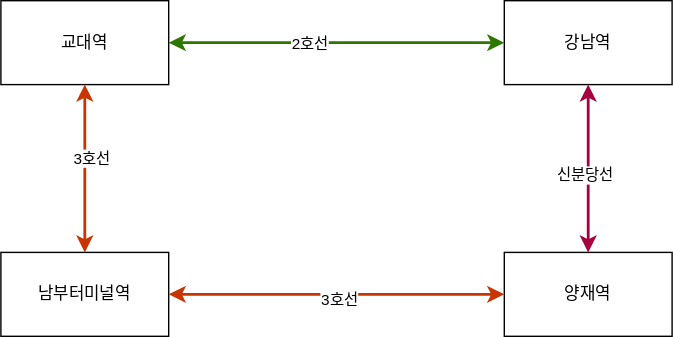
This is 샘플_노선.svg from next-step/atdd-subway-fare, a draw.io export, as it was before one commit. Source tidied: cells renumbered, new cells last; positions are measured from the earlier drawing's top-left corner, leaving out a move shared by most shapes. The source it was exported from:
```xml
<mxGraphModel>
  <root>
    <mxCell id="0" />
    <mxCell id="1" parent="0" />
    <mxCell id="2" value="교대역" style="rounded=0;whiteSpace=wrap;html=1;" parent="1" vertex="1">
      <mxGeometry width="120" height="60" as="geometry" />
    </mxCell>
    <mxCell id="3" value="양재역" style="rounded=0;whiteSpace=wrap;html=1;" parent="1" vertex="1">
      <mxGeometry x="360" y="180" width="120" height="60" as="geometry" />
    </mxCell>
    <mxCell id="4" value="남부터미널역" style="rounded=0;whiteSpace=wrap;html=1;" parent="1" vertex="1">
      <mxGeometry y="180" width="120" height="60" as="geometry" />
    </mxCell>
    <mxCell id="5" value="강남역" style="rounded=0;whiteSpace=wrap;html=1;" parent="1" vertex="1">
      <mxGeometry x="360" width="120" height="60" as="geometry" />
    </mxCell>
    <mxCell id="6" style="endArrow=classic;startArrow=classic;html=1;exitX=0.5;exitY=0;exitDx=0;exitDy=0;strokeWidth=2;fillColor=#d80073;strokeColor=#A50040;" parent="1" edge="1" source="3" target="5">
      <mxGeometry relative="1" as="geometry" />
    </mxCell>
    <mxCell id="7" value="신분당선" style="edgeLabel;html=1;align=center;verticalAlign=middle;" parent="6" vertex="1">
      <mxGeometry x="-0.07" y="3" relative="1" as="geometry" />
    </mxCell>
    <mxCell id="8" style="endArrow=classic;startArrow=classic;html=1;exitX=0;exitY=0.5;exitDx=0;exitDy=0;entryX=1;entryY=0.5;entryDx=0;entryDy=0;fillColor=#60a917;strokeColor=#2D7600;strokeWidth=2;" parent="1" edge="1" source="5" target="2">
      <mxGeometry relative="1" as="geometry" />
    </mxCell>
    <mxCell id="9" value="2호선" style="edgeLabel;html=1;align=center;verticalAlign=middle;" parent="8" vertex="1">
      <mxGeometry x="0.17" relative="1" as="geometry" />
    </mxCell>
    <mxCell id="10" style="endArrow=classic;startArrow=classic;html=1;exitX=0.5;exitY=0;exitDx=0;exitDy=0;entryX=0.5;entryY=1;entryDx=0;entryDy=0;strokeWidth=2;fillColor=#fa6800;strokeColor=#C73500;" parent="1" edge="1" source="4" target="2">
      <mxGeometry relative="1" as="geometry" />
    </mxCell>
    <mxCell id="11" value="3호선" style="edgeLabel;html=1;align=center;verticalAlign=middle;" parent="10" vertex="1">
      <mxGeometry x="0.13" y="-4" relative="1" as="geometry" />
    </mxCell>
    <mxCell id="12" style="endArrow=classic;startArrow=classic;html=1;exitX=1;exitY=0.5;exitDx=0;exitDy=0;entryX=0;entryY=0.5;entryDx=0;entryDy=0;strokeWidth=2;fillColor=#fa6800;strokeColor=#C73500;" parent="1" edge="1" source="4" target="3">
      <mxGeometry relative="1" as="geometry" />
    </mxCell>
    <mxCell id="13" value="3호선" style="edgeLabel;html=1;align=center;verticalAlign=middle;" parent="12" vertex="1">
      <mxGeometry x="0.01" y="-3" relative="1" as="geometry" />
    </mxCell>
  </root>
</mxGraphModel>
```
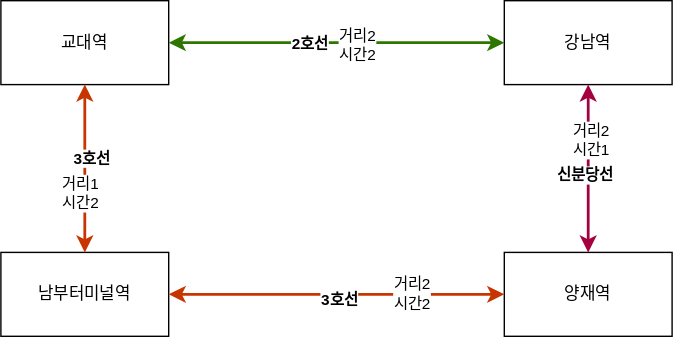
The same file after the commit.

What changed in the source:
```diff
@@ -17,26 +17,38 @@
     <mxCell id="6" style="endArrow=classic;startArrow=classic;html=1;exitX=0.5;exitY=0;exitDx=0;exitDy=0;strokeWidth=2;fillColor=#d80073;strokeColor=#A50040;" parent="1" edge="1" source="3" target="5">
       <mxGeometry relative="1" as="geometry" />
     </mxCell>
-    <mxCell id="7" value="신분당선" style="edgeLabel;html=1;align=center;verticalAlign=middle;" parent="6" vertex="1">
+    <mxCell id="7" value="신분당선" style="edgeLabel;html=1;align=center;verticalAlign=middle;fontStyle=1;" parent="6" vertex="1">
       <mxGeometry x="-0.07" y="3" relative="1" as="geometry" />
     </mxCell>
+    <mxCell id="14" value="거리2&lt;br&gt;시간1&lt;br&gt;" style="edgeLabel;html=1;align=center;verticalAlign=middle;" parent="6" vertex="1">
+      <mxGeometry x="0.35" y="-1" relative="1" as="geometry" />
+    </mxCell>
     <mxCell id="8" style="endArrow=classic;startArrow=classic;html=1;exitX=0;exitY=0.5;exitDx=0;exitDy=0;entryX=1;entryY=0.5;entryDx=0;entryDy=0;fillColor=#60a917;strokeColor=#2D7600;strokeWidth=2;" parent="1" edge="1" source="5" target="2">
       <mxGeometry relative="1" as="geometry" />
     </mxCell>
-    <mxCell id="9" value="2호선" style="edgeLabel;html=1;align=center;verticalAlign=middle;" parent="8" vertex="1">
+    <mxCell id="9" value="&lt;b&gt;2호선&lt;/b&gt;" style="edgeLabel;html=1;align=center;verticalAlign=middle;" parent="8" vertex="1">
       <mxGeometry x="0.17" relative="1" as="geometry" />
     </mxCell>
+    <mxCell id="15" value="거리2&lt;br&gt;시간2" style="edgeLabel;html=1;align=center;verticalAlign=middle;" parent="8" vertex="1">
+      <mxGeometry x="-0.12" y="1" relative="1" as="geometry" />
+    </mxCell>
     <mxCell id="10" style="endArrow=classic;startArrow=classic;html=1;exitX=0.5;exitY=0;exitDx=0;exitDy=0;entryX=0.5;entryY=1;entryDx=0;entryDy=0;strokeWidth=2;fillColor=#fa6800;strokeColor=#C73500;" parent="1" edge="1" source="4" target="2">
       <mxGeometry relative="1" as="geometry" />
     </mxCell>
-    <mxCell id="11" value="3호선" style="edgeLabel;html=1;align=center;verticalAlign=middle;" parent="10" vertex="1">
+    <mxCell id="11" value="3호선" style="edgeLabel;html=1;align=center;verticalAlign=middle;fontStyle=1;" parent="10" vertex="1">
       <mxGeometry x="0.13" y="-4" relative="1" as="geometry" />
     </mxCell>
+    <mxCell id="16" value="거리1&lt;br&gt;시간2&lt;br&gt;" style="edgeLabel;html=1;align=center;verticalAlign=middle;" parent="10" vertex="1">
+      <mxGeometry x="-0.28" y="4" relative="1" as="geometry" />
+    </mxCell>
     <mxCell id="12" style="endArrow=classic;startArrow=classic;html=1;exitX=1;exitY=0.5;exitDx=0;exitDy=0;entryX=0;entryY=0.5;entryDx=0;entryDy=0;strokeWidth=2;fillColor=#fa6800;strokeColor=#C73500;" parent="1" edge="1" source="4" target="3">
       <mxGeometry relative="1" as="geometry" />
     </mxCell>
-    <mxCell id="13" value="3호선" style="edgeLabel;html=1;align=center;verticalAlign=middle;" parent="12" vertex="1">
+    <mxCell id="13" value="3호선" style="edgeLabel;html=1;align=center;verticalAlign=middle;fontStyle=1;" parent="12" vertex="1">
       <mxGeometry x="0.01" y="-3" relative="1" as="geometry" />
     </mxCell>
+    <mxCell id="17" value="거리2&lt;br&gt;시간2&lt;br&gt;" style="edgeLabel;html=1;align=center;verticalAlign=middle;" parent="12" vertex="1">
+      <mxGeometry x="0.44" y="1" relative="1" as="geometry" />
+    </mxCell>
   </root>
 </mxGraphModel>
```
